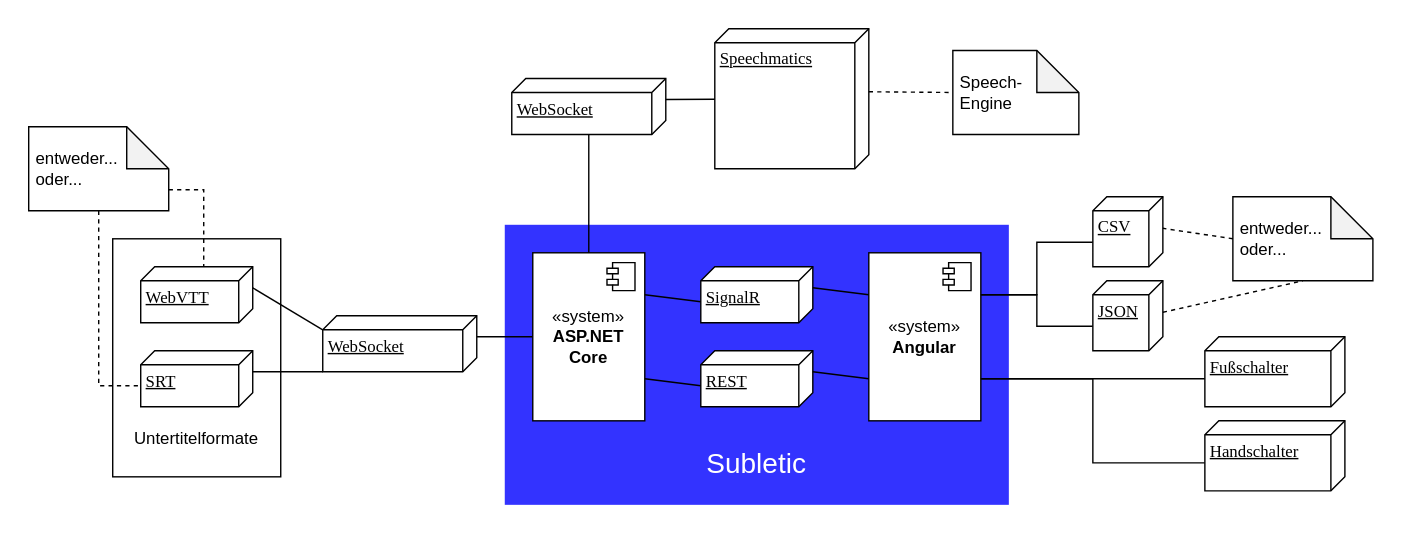
Before: TechnicalDocumentation/arc42/img/TechnischerKontext.drawio.svg, a diagram exported from draw.io (Subletic/Documentation). Source tidied: cells renumbered, new cells last; positions are measured from the earlier drawing's top-left corner, leaving out a move shared by most shapes.
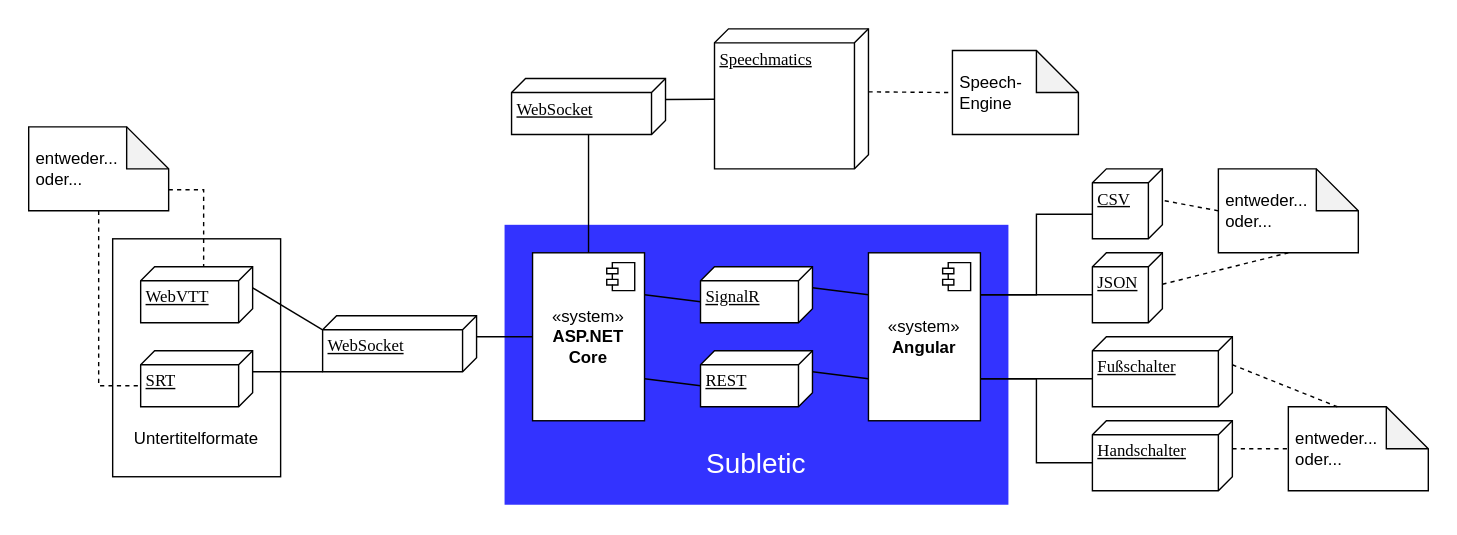
Later version of the same file.

The edit, as a diff of the source:
```diff
@@ -3,7 +3,7 @@
     <mxCell id="0" />
     <mxCell id="1" parent="0" />
     <mxCell id="2" style="rounded=0;whiteSpace=wrap;html=1;strokeColor=#FFFFFF;" parent="1" vertex="1">
-      <mxGeometry width="1000" height="380" as="geometry" />
+      <mxGeometry width="1040" height="380" as="geometry" />
     </mxCell>
     <mxCell id="3" style="rounded=0;whiteSpace=wrap;html=1;fillColor=#3333FF;strokeColor=none;fontColor=#ffffff;" parent="1" vertex="1">
       <mxGeometry x="360" y="160" width="360" height="200" as="geometry" />
@@ -94,19 +94,24 @@
       <mxGeometry relative="1" as="geometry" />
     </mxCell>
     <mxCell id="31" value="CSV" style="verticalAlign=top;align=left;spacingTop=8;spacingLeft=2;spacingRight=12;shape=cube;size=10;direction=south;fontStyle=4;html=1;rounded=0;shadow=0;comic=0;labelBackgroundColor=none;strokeWidth=1;fontFamily=Verdana;fontSize=12;" parent="1" vertex="1">
-      <mxGeometry x="780" y="140" width="50" height="50" as="geometry" />
+      <mxGeometry x="780" y="120" width="50" height="50" as="geometry" />
     </mxCell>
-    <mxCell id="32" style="edgeStyle=orthogonalEdgeStyle;rounded=0;jettySize=auto;html=1;exitX=0;exitY=0;exitDx=32.5;exitDy=50;exitPerimeter=0;entryX=1;entryY=0.25;entryDx=0;entryDy=0;endArrow=none;endFill=0;" parent="1" edge="1" source="33" target="12">
-      <mxGeometry relative="1" as="geometry" />
+    <mxCell id="32" style="edgeStyle=orthogonalEdgeStyle;rounded=0;jettySize=auto;html=1;exitX=0;exitY=0;exitDx=30;exitDy=50;exitPerimeter=0;entryX=1;entryY=0.25;entryDx=0;entryDy=0;endArrow=none;endFill=0;" parent="1" edge="1" source="33" target="12">
+      <mxGeometry relative="1" as="geometry">
+        <Array as="points">
+          <mxPoint x="770" y="210" />
+          <mxPoint x="770" y="210" />
+        </Array>
+      </mxGeometry>
     </mxCell>
     <mxCell id="33" value="JSON" style="verticalAlign=top;align=left;spacingTop=8;spacingLeft=2;spacingRight=12;shape=cube;size=10;direction=south;fontStyle=4;html=1;rounded=0;shadow=0;comic=0;labelBackgroundColor=none;strokeWidth=1;fontFamily=Verdana;fontSize=12;" parent="1" vertex="1">
-      <mxGeometry x="780" y="200" width="50" height="50" as="geometry" />
+      <mxGeometry x="780" y="180" width="50" height="50" as="geometry" />
     </mxCell>
     <mxCell id="34" value="WebSocket" style="verticalAlign=top;align=left;spacingTop=8;spacingLeft=2;spacingRight=12;shape=cube;size=10;direction=south;fontStyle=4;html=1;rounded=0;shadow=0;comic=0;labelBackgroundColor=none;strokeWidth=1;fontFamily=Verdana;fontSize=12;" parent="1" vertex="1">
       <mxGeometry x="230" y="225" width="110" height="40" as="geometry" />
     </mxCell>
     <mxCell id="35" value="&lt;div&gt;&amp;nbsp;entweder...&lt;/div&gt;&lt;div&gt;&amp;nbsp;oder...&lt;br&gt;&lt;/div&gt;" style="shape=note;whiteSpace=wrap;html=1;backgroundOutline=1;darkOpacity=0.05;align=left;" parent="1" vertex="1">
-      <mxGeometry x="880" y="140" width="100" height="60" as="geometry" />
+      <mxGeometry x="870" y="120" width="100" height="60" as="geometry" />
     </mxCell>
     <mxCell id="36" style="rounded=0;jettySize=auto;html=1;entryX=0;entryY=0;entryDx=22.5;entryDy=0;entryPerimeter=0;endArrow=none;endFill=0;dashed=1;exitX=0;exitY=0.5;exitDx=0;exitDy=0;exitPerimeter=0;" parent="1" edge="1" source="35" target="31">
       <mxGeometry relative="1" as="geometry" />
@@ -121,15 +126,22 @@
       <mxGeometry relative="1" as="geometry" />
     </mxCell>
     <mxCell id="40" value="Handschalter" style="verticalAlign=top;align=left;spacingTop=8;spacingLeft=2;spacingRight=12;shape=cube;size=10;direction=south;fontStyle=4;html=1;rounded=0;shadow=0;comic=0;labelBackgroundColor=none;strokeWidth=1;fontFamily=Verdana;fontSize=12;" parent="1" vertex="1">
-      <mxGeometry x="860" y="300" width="100" height="50" as="geometry" />
+      <mxGeometry x="780" y="300" width="100" height="50" as="geometry" />
     </mxCell>
-    <mxCell id="41" style="edgeStyle=orthogonalEdgeStyle;rounded=0;jettySize=auto;html=1;exitX=0;exitY=0;exitDx=30;exitDy=100;exitPerimeter=0;endArrow=none;endFill=0;" parent="1" edge="1" source="42">
-      <mxGeometry relative="1" as="geometry">
-        <mxPoint x="700" y="270" as="targetPoint" />
-      </mxGeometry>
-    </mxCell>
+    <mxCell id="43" style="edgeStyle=orthogonalEdgeStyle;rounded=0;jettySize=auto;html=1;exitX=0;exitY=0;exitDx=30;exitDy=100;exitPerimeter=0;entryX=1;entryY=0.75;entryDx=0;entryDy=0;endArrow=none;endFill=0;" parent="1" edge="1" source="42" target="12">
+      <mxGeometry relative="1" as="geometry" />
+    </mxCell>
     <mxCell id="42" value="Fußschalter" style="verticalAlign=top;align=left;spacingTop=8;spacingLeft=2;spacingRight=12;shape=cube;size=10;direction=south;fontStyle=4;html=1;rounded=0;shadow=0;comic=0;labelBackgroundColor=none;strokeWidth=1;fontFamily=Verdana;fontSize=12;" parent="1" vertex="1">
-      <mxGeometry x="860" y="240" width="100" height="50" as="geometry" />
+      <mxGeometry x="780" y="240" width="100" height="50" as="geometry" />
     </mxCell>
+    <mxCell id="44" value="&lt;div&gt;&amp;nbsp;entweder...&lt;/div&gt;&lt;div&gt;&amp;nbsp;oder...&lt;br&gt;&lt;/div&gt;" style="shape=note;whiteSpace=wrap;html=1;backgroundOutline=1;darkOpacity=0.05;align=left;" parent="1" vertex="1">
+      <mxGeometry x="920" y="290" width="100" height="60" as="geometry" />
+    </mxCell>
+    <mxCell id="45" style="rounded=0;jettySize=auto;html=1;exitX=0;exitY=0;exitDx=20;exitDy=0;exitPerimeter=0;entryX=0;entryY=0;entryDx=35;entryDy=0;entryPerimeter=0;dashed=1;endArrow=none;endFill=0;" parent="1" edge="1" source="42" target="44">
+      <mxGeometry relative="1" as="geometry" />
+    </mxCell>
+    <mxCell id="46" style="rounded=0;jettySize=auto;html=1;exitX=0;exitY=0;exitDx=20;exitDy=0;exitPerimeter=0;entryX=0;entryY=0.5;entryDx=0;entryDy=0;entryPerimeter=0;dashed=1;endArrow=none;endFill=0;" parent="1" edge="1" source="40" target="44">
+      <mxGeometry relative="1" as="geometry" />
+    </mxCell>
   </root>
 </mxGraphModel>
```
